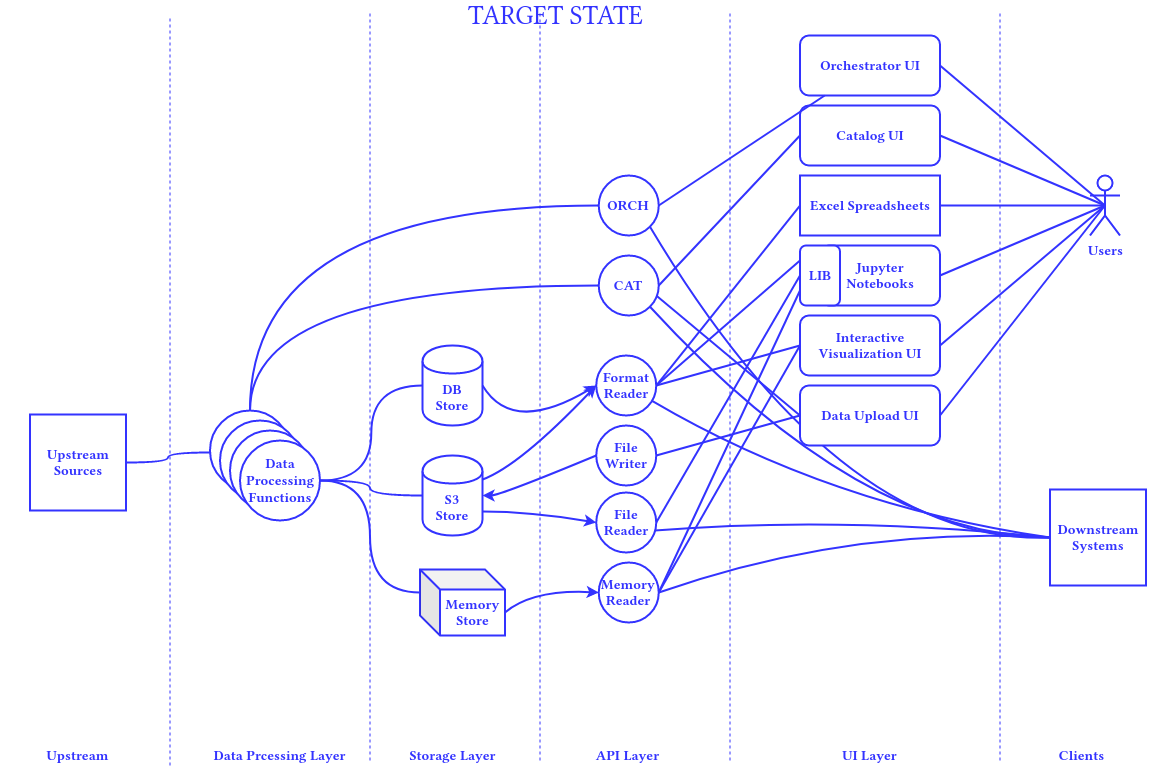
The draw.io diagram light-target-state.png in victor-kolesnikov/light-design, before a commit. Source tidied: cells renumbered, new cells last; positions are measured from the earlier drawing's top-left corner, leaving out a move shared by most shapes.
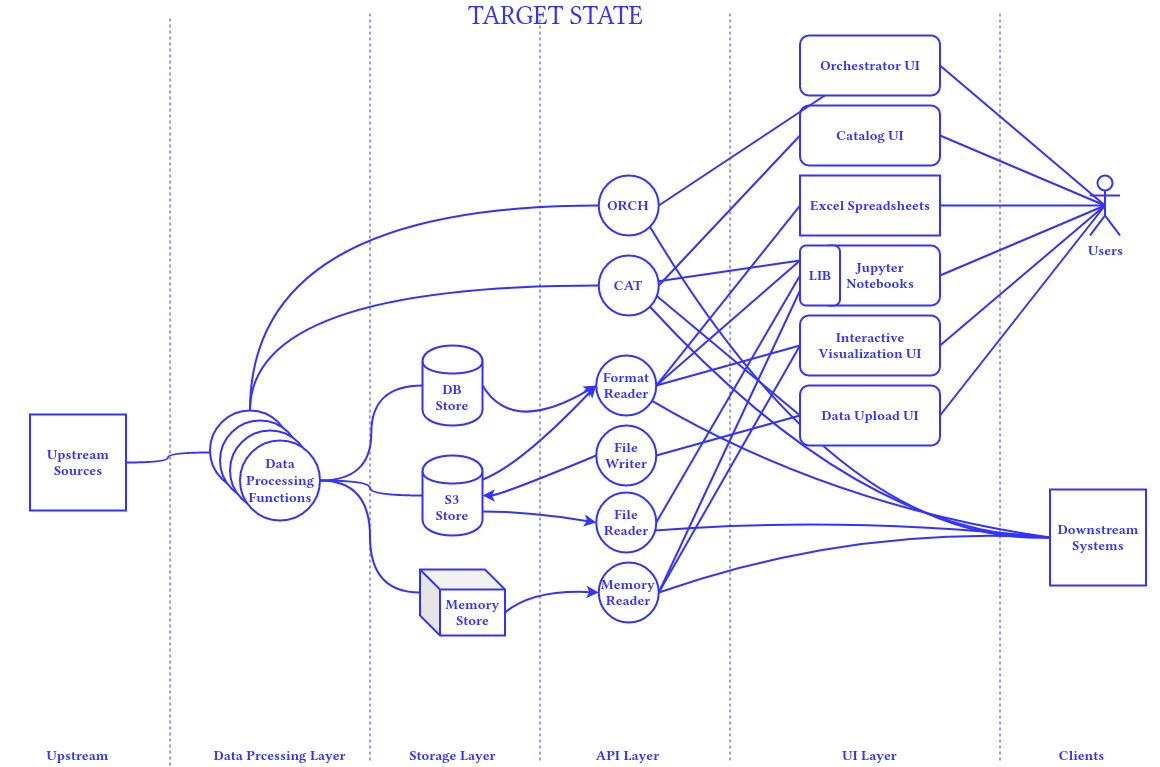
Above is the later version.

What changed in the source:
```diff
@@ -267,5 +267,8 @@
     <mxCell id="68" value="TARGET STATE" style="text;html=1;strokeColor=none;fillColor=none;align=center;verticalAlign=middle;whiteSpace=wrap;rounded=0;fontColor=#3333FF;fontSize=26;" parent="1" vertex="1">
       <mxGeometry x="445" width="220.5" height="20" as="geometry" />
     </mxCell>
+    <mxCell id="69" style="endArrow=none;html=1;strokeColor=#3333FF;strokeWidth=2;entryX=0;entryY=0.25;entryDx=0;entryDy=0;endFill=0;" parent="1" edge="1" source="13" target="23">
+      <mxGeometry relative="1" as="geometry" />
+    </mxCell>
   </root>
 </mxGraphModel>
```
